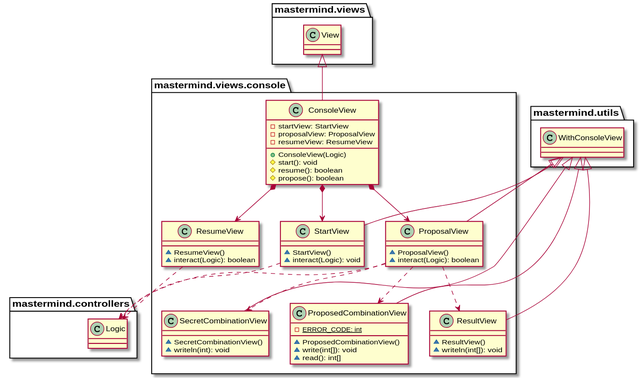
This is modelViewPresenter/presentationModel/withFacade/docs/diagrams/out/paquetes/usantatecla.mastermind.console.svg from SantaTecla-mastermind/solution.java.swing.socket.sql, a PlantUML export, as it was before one commit.
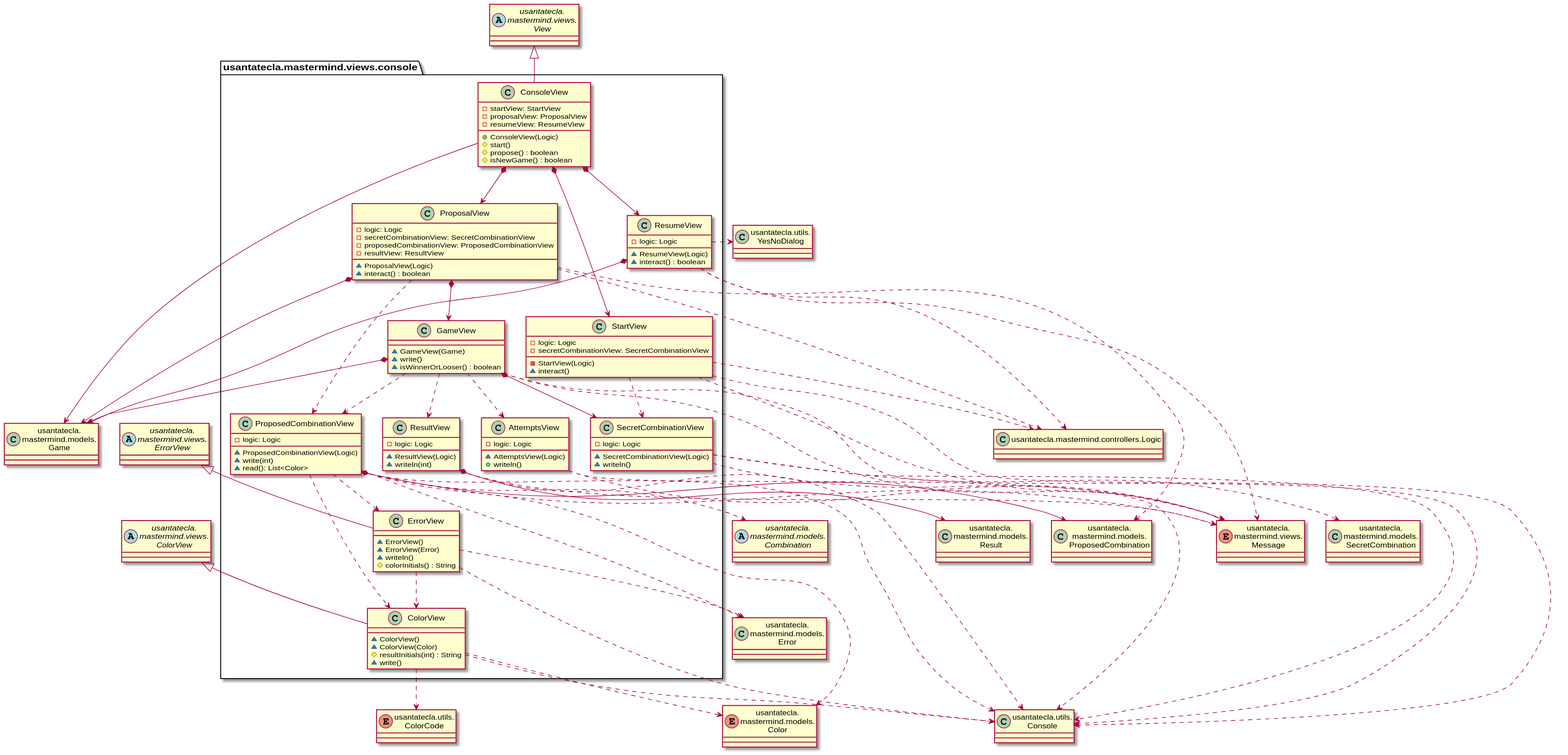
After the change.

Diff of the diagram source:
```diff
@@ -1,58 +1,150 @@
 @startuml
-class  mastermind.views.console.ConsoleView{
-- startView: StartView
-- proposalView: ProposalView
-- resumeView: ResumeView
-+ ConsoleView(Logic)
-# start(): void
-# resume(): boolean
-# propose(): boolean
+class Game as "usantatecla.\nmastermind.models.\nGame"
+class Error as "usantatecla.\nmastermind.models.\nError"
+class Result as "usantatecla.\nmastermind.models.\nResult"
+enum Color as "usantatecla.\nmastermind.models.\nColor"
+abstract class Combination as "usantatecla.\nmastermind.models.\nCombination"
+class ProposedCombination as "usantatecla.\nmastermind.models.\nProposedCombination"
+class SecretCombination as "usantatecla.\nmastermind.models.\nSecretCombination"
+abstract class View as "usantatecla.\nmastermind.views.\nView"
+abstract class ColorView as "usantatecla.\nmastermind.views.\nColorView"
+abstract class ErrorView as "usantatecla.\nmastermind.views.\nErrorView"
+enum Message as "usantatecla.\nmastermind.views.\nMessage"
+class Console as "usantatecla.utils.\nConsole"
+class YesNoDialog as "usantatecla.utils.\nYesNoDialog"
+enum ColorCode as "usantatecla.utils.\nColorCode"
+
+class usantatecla.mastermind.views.console.ConsoleView {
+    - startView: StartView
+    - proposalView: ProposalView
+    - resumeView: ResumeView
+    + ConsoleView(Logic)
+    # start()
+    # propose() : boolean
+    # isNewGame() : boolean
 }
-mastermind.views.View <|-down- mastermind.views.console.ConsoleView
-mastermind.views.console.ConsoleView *-down-> mastermind.views.console.ProposalView
-mastermind.views.console.ConsoleView *-down-> mastermind.views.console.ResumeView
-mastermind.views.console.ConsoleView *-down-> mastermind.views.console.StartView
+usantatecla.mastermind.views.console.ConsoleView -up-|> View
+usantatecla.mastermind.views.console.ConsoleView *-down-> usantatecla.mastermind.views.console.StartView
+usantatecla.mastermind.views.console.ConsoleView *-down-> usantatecla.mastermind.views.console.ProposalView
+usantatecla.mastermind.views.console.ConsoleView *-down-> usantatecla.mastermind.views.console.ResumeView
+usantatecla.mastermind.views.console.ConsoleView --> Game
 
-class  mastermind.views.console.ProposalView{
-~ ProposalView()
-~ interact(Logic): boolean
+class usantatecla.mastermind.views.console.ResumeView {
+    - logic: Logic
+    ~ ResumeView(Logic)
+    ~ interact() : boolean
 }
-mastermind.utils.WithConsoleView <|-down- mastermind.views.console.ProposalView
-mastermind.views.console.ProposalView ..> mastermind.controllers.Logic
-mastermind.views.console.ProposalView ..> mastermind.views.console.SecretCombinationView
-mastermind.views.console.ProposalView ..> mastermind.views.console.ProposedCombinationView
-mastermind.views.console.ProposalView ..> mastermind.views.console.ResultView
+usantatecla.mastermind.views.console.ResumeView *-down-> Game
+usantatecla.mastermind.views.console.ResumeView ..> Message
+usantatecla.mastermind.views.console.ResumeView .> YesNoDialog
 
-class  mastermind.views.console.ProposedCombinationView{
-- {static} ERROR_CODE: int
-~ ProposedCombinationView()
-~ write(int[]): void
-~ read(): int[]
+class usantatecla.mastermind.views.console.StartView {
+    - logic: Logic
+    - secretCombinationView: SecretCombinationView
+    - StartView(Logic)
+    ~ interact()
 }
-mastermind.utils.WithConsoleView <|-down- mastermind.views.console.ProposedCombinationView
+usantatecla.mastermind.views.console.StartView ..> Console
+usantatecla.mastermind.views.console.StartView ..> Message
+usantatecla.mastermind.views.console.StartView ..> usantatecla.mastermind.views.console.SecretCombinationView
 
-class  mastermind.views.console.ResultView{
-~ ResultView()
-~ writeln(int[]): void
+class usantatecla.mastermind.views.console.GameView {
+    ~ GameView(Game)
+    ~ write()
+    ~ isWinnerOrLooser() : boolean
 }
-mastermind.utils.WithConsoleView <|-down- mastermind.views.console.ResultView
+usantatecla.mastermind.views.console.GameView *-down-> Game
+usantatecla.mastermind.views.console.GameView *-down-> usantatecla.mastermind.views.console.SecretCombinationView
+usantatecla.mastermind.views.console.GameView ..> usantatecla.mastermind.views.console.AttemptsView
+usantatecla.mastermind.views.console.GameView ..> usantatecla.mastermind.views.console.ResultView
+usantatecla.mastermind.views.console.GameView ..> usantatecla.mastermind.views.console.ProposedCombinationView
+usantatecla.mastermind.views.console.GameView ..> Message
+usantatecla.mastermind.views.console.GameView ..> Console
 
-class  mastermind.views.console.ResumeView{
-~ ResumeView()
-~ interact(Logic): boolean
+class usantatecla.mastermind.views.console.ProposalView {
+    - logic: Logic
+    - secretCombinationView: SecretCombinationView
+    - proposedCombinationView: ProposedCombinationView
+    - resultView: ResultView
+    ~ ProposalView(Logic)
+    ~ interact() : boolean
+
 }
-mastermind.views.console.ResumeView ..> mastermind.controllers.Logic
+usantatecla.mastermind.views.console.ProposalView *-down-> Game
+usantatecla.mastermind.views.console.ProposalView *-down-> usantatecla.mastermind.views.console.GameView
+usantatecla.mastermind.views.console.ProposalView ..> ProposedCombination
+usantatecla.mastermind.views.console.ProposalView ..> usantatecla.mastermind.views.console.ProposedCombinationView
 
-class  mastermind.views.console.SecretCombinationView{
-~ SecretCombinationView()
-~ writeln(int): void
+
+class usantatecla.mastermind.views.console.ProposedCombinationView {
+    - logic: Logic
+    ~ ProposedCombinationView(Logic)
+    ~ write(int)
+    ~ read(): List<Color>
 }
-mastermind.utils.WithConsoleView <|-down- mastermind.views.console.SecretCombinationView
+usantatecla.mastermind.views.console.ProposedCombinationView *-down-> ProposedCombination
+usantatecla.mastermind.views.console.ProposedCombinationView ..> usantatecla.mastermind.views.console.ErrorView
+usantatecla.mastermind.views.console.ProposedCombinationView ..> usantatecla.mastermind.views.console.ColorView
+usantatecla.mastermind.views.console.ProposedCombinationView ..> Color
+usantatecla.mastermind.views.console.ProposedCombinationView ..> Error
+usantatecla.mastermind.views.console.ProposedCombinationView ..> Combination
+usantatecla.mastermind.views.console.ProposedCombinationView ..> Message
+usantatecla.mastermind.views.console.ProposedCombinationView ..> Console
 
-class  mastermind.views.console.StartView{
-~ StartView()
-~ interact(Logic): void
+class usantatecla.mastermind.views.console.SecretCombinationView {
+    - logic: Logic
+    ~ SecretCombinationView(Logic)
+    ~ writeln()
 }
-mastermind.utils.WithConsoleView <|-down- mastermind.views.console.StartView
-mastermind.views.console.StartView ..> mastermind.controllers.Logic
+usantatecla.mastermind.views.console.SecretCombinationView ..> SecretCombination
+usantatecla.mastermind.views.console.SecretCombinationView ..> Message
+usantatecla.mastermind.views.console.SecretCombinationView ..> Console
+
+class usantatecla.mastermind.views.console.ResultView {
+    - logic: Logic
+    ~ ResultView(Logic)
+    ~ writeln(int)
+}
+usantatecla.mastermind.views.console.ResultView *-down-> Result
+usantatecla.mastermind.views.console.ResultView ..> Message
+usantatecla.mastermind.views.console.ResultView ..> Console
+
+class usantatecla.mastermind.views.console.AttemptsView {
+    - logic: Logic
+    ~ AttemptsView(Logic)
+    + writeln()
+}
+usantatecla.mastermind.views.console.AttemptsView ..> Console
+usantatecla.mastermind.views.console.AttemptsView ..> Message
+
+class usantatecla.mastermind.views.console.ColorView {
+    ~ ColorView()
+    ~ ColorView(Color)
+    # resultInitials(int) : String
+    ~ write()
+}
+usantatecla.mastermind.views.console.ColorView -up-|> ColorView
+usantatecla.mastermind.views.console.ColorView ..> ColorCode
+usantatecla.mastermind.views.console.ColorView ..> Console
+usantatecla.mastermind.views.console.ColorView ..> Color
+
+class usantatecla.mastermind.views.console.ErrorView {
+    ~ ErrorView()
+    ~ ErrorView(Error)
+    ~ writeln()
+    # colorInitials() : String
+}
+
+class Logic as "usantatecla.mastermind.controllers.Logic" {
+
+
+}
+
+usantatecla.mastermind.views.console.ErrorView -up-|> ErrorView
+usantatecla.mastermind.views.console.ErrorView ..> Error
+usantatecla.mastermind.views.console.ErrorView ..> Console
+usantatecla.mastermind.views.console.ErrorView ..> usantatecla.mastermind.views.console.ColorView
+usantatecla.mastermind.views.console.ProposalView ..> Logic
+usantatecla.mastermind.views.console.ResumeView ..> Logic
+usantatecla.mastermind.views.console.StartView ..> Logic
 @enduml
```
